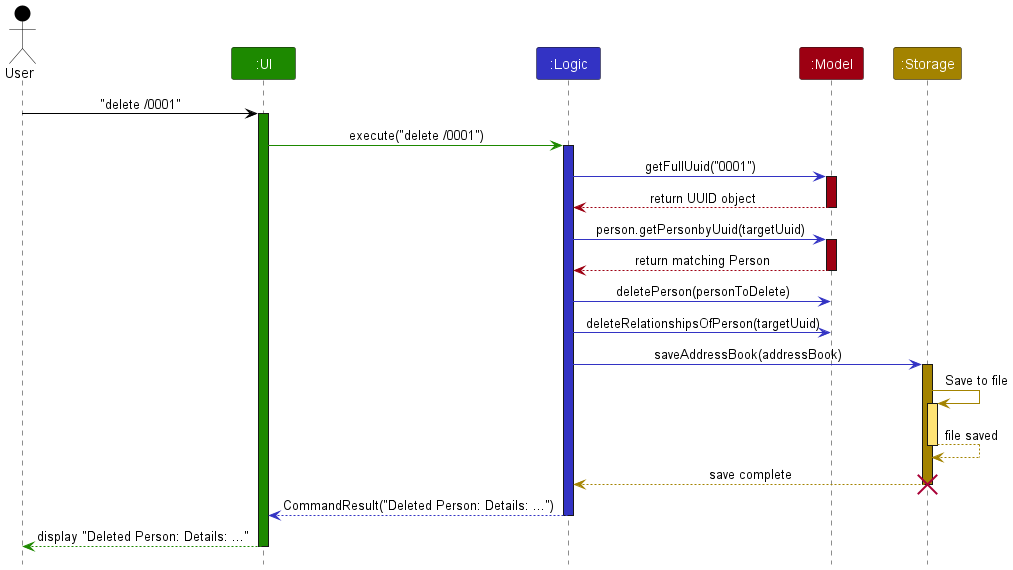
Above: docs/images/DeletePersonSequenceDiagram.png in Emberlynn-Loo/tp (PlantUML), before the change. The source it was exported from:
```plantuml
@startuml
!include style.puml
skinparam ArrowFontStyle plain

Actor User as user USER_COLOR
Participant ":UI" as ui UI_COLOR
Participant ":Logic" as logic LOGIC_COLOR
Participant ":Model" as model MODEL_COLOR
Participant ":Storage" as storage STORAGE_COLOR

user -[USER_COLOR]> ui : "delete /0001"
activate ui UI_COLOR

ui -[UI_COLOR]> logic : execute("delete /0001")
activate logic LOGIC_COLOR

logic -[LOGIC_COLOR]> model : getFullUuid("0001")
activate model MODEL_COLOR

model --[MODEL_COLOR]> logic : return UUID object
deactivate model

logic -[LOGIC_COLOR]> model : person.getPersonbyUuid(targetUuid)
activate model MODEL_COLOR

model --[MODEL_COLOR]> logic : return matching Person
deactivate model

logic -[LOGIC_COLOR]> model : deletePerson(personToDelete)
logic -[LOGIC_COLOR]> model : deleteRelationshipsOfPerson(targetUuid)

logic -[LOGIC_COLOR]> storage : saveAddressBook(addressBook)
activate storage STORAGE_COLOR

storage -[STORAGE_COLOR]> storage : Save to file
activate storage STORAGE_COLOR_T1
storage --[STORAGE_COLOR]> storage : file saved
deactivate storage STORAGE_COLOR_T1

storage --[STORAGE_COLOR]> logic : save complete
deactivate storage
destroy storage

logic --[LOGIC_COLOR]> ui : CommandResult("Deleted Person: Details: ...")
deactivate logic

ui--[UI_COLOR]> user : display "Deleted Person: Details: ..."
deactivate ui
@enduml
```
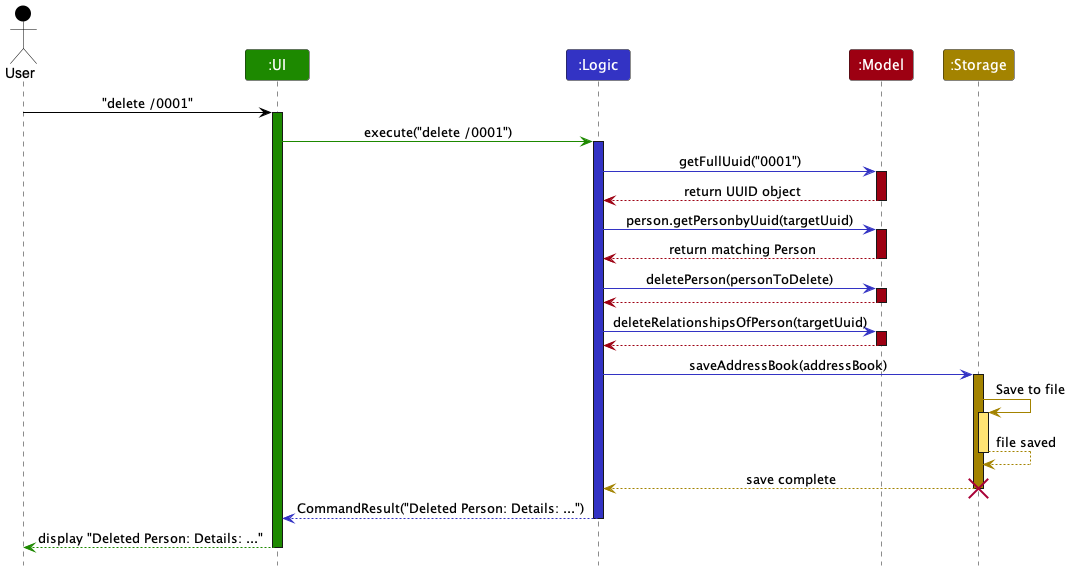
Above is the later version.

Change to the diagram source:
```diff
@@ -27,7 +27,13 @@
 deactivate model
 
 logic -[LOGIC_COLOR]> model : deletePerson(personToDelete)
+activate model MODEL_COLOR
+model --[MODEL_COLOR]> logic :
+deactivate model
 logic -[LOGIC_COLOR]> model : deleteRelationshipsOfPerson(targetUuid)
+activate model MODEL_COLOR
+model --[MODEL_COLOR]> logic :
+deactivate model
 
 logic -[LOGIC_COLOR]> storage : saveAddressBook(addressBook)
 activate storage STORAGE_COLOR
```
